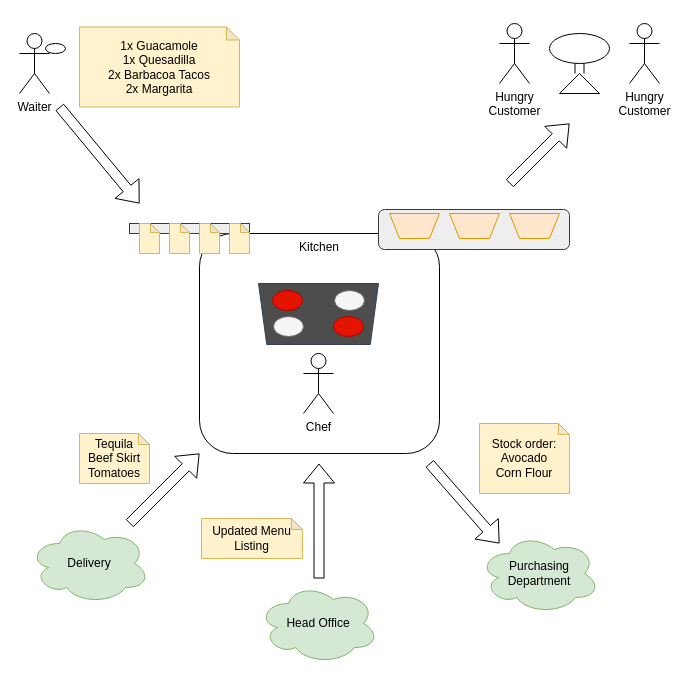
The draw.io diagram assets/commands-events-and/kitchen-commands-events-messages.drawio in TristanRhodes/tristanrhodes.github.io, before the edit. Source tidied: cells renumbered, new cells numbered last; positions are measured from the earlier drawing's top-left corner, leaving out a move shared by most shapes. Both pictures are drawn from the tidied source at 100%, with x=0, y=0 at pixel (19, 23).
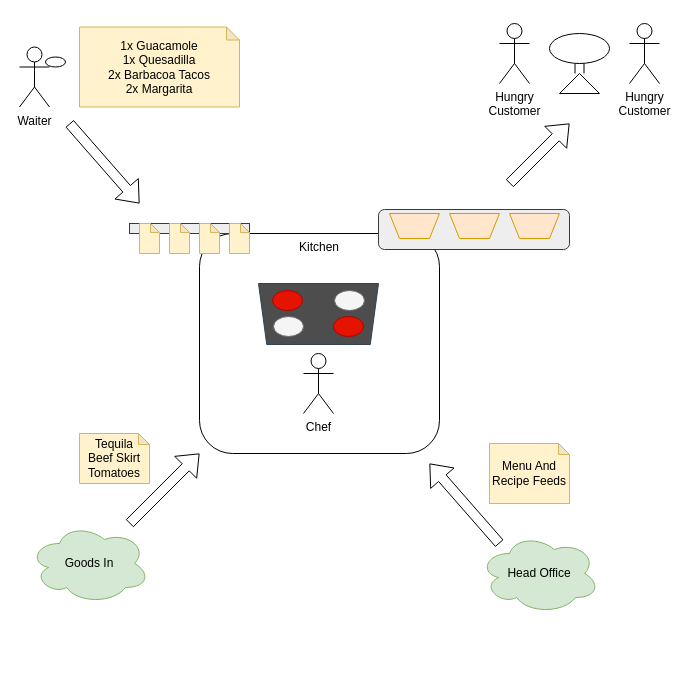
The same diagram, later.

What changed in the source:
```diff
@@
     <mxCell id="10" style="shape=flexArrow;endArrow=classic;html=1;rounded=0;" parent="1" edge="1">
       <mxGeometry relative="1" as="geometry">
-        <mxPoint x="40" y="83.5" as="sourcePoint" />
+        <mxPoint x="50" y="100" as="sourcePoint" />
         <mxPoint x="120" y="180" as="targetPoint" />
       </mxGeometry>
     </mxCell>
@@
     <mxCell id="12" style="group;" parent="1" vertex="1">
-      <mxGeometry y="10" width="46" height="60" as="geometry" />
+      <mxGeometry y="23.5" width="46" height="60" as="geometry" />
     </mxCell>
@@
     <mxCell id="25" style="shape=flexArrow;endArrow=classic;html=1;rounded=0;" parent="1" edge="1">
       <mxGeometry relative="1" as="geometry">
-        <mxPoint x="410" y="440" as="sourcePoint" />
-        <mxPoint x="480" y="520" as="targetPoint" />
+        <mxPoint x="480" y="520" as="sourcePoint" />
+        <mxPoint x="410" y="440" as="targetPoint" />
       </mxGeometry>
     </mxCell>
-    <mxCell id="26" value="Purchasing Department" style="ellipse;shape=cloud;whiteSpace=wrap;html=1;fillColor=#d5e8d4;strokeColor=#82b366;" parent="1" vertex="1">
+    <mxCell id="26" value="Head Office" style="ellipse;shape=cloud;whiteSpace=wrap;html=1;fillColor=#d5e8d4;strokeColor=#82b366;" parent="1" vertex="1">
       <mxGeometry x="460" y="510" width="120" height="80" as="geometry" />
     </mxCell>
-    <mxCell id="27" value="Stock order:&lt;br&gt;Avocado&lt;br&gt;Corn Flour" style="shape=note;whiteSpace=wrap;html=1;backgroundOutline=1;darkOpacity=0.05;size=11;fillColor=#fff2cc;strokeColor=#d6b656;" parent="1" vertex="1">
-      <mxGeometry x="460" y="400" width="90" height="70" as="geometry" />
+    <mxCell id="27" value="Menu And Recipe Feeds" style="shape=note;whiteSpace=wrap;html=1;backgroundOutline=1;darkOpacity=0.05;size=11;fillColor=#fff2cc;strokeColor=#d6b656;" parent="1" vertex="1">
+      <mxGeometry x="470" y="420" width="80" height="60" as="geometry" />
     </mxCell>
@@
-    <mxCell id="29" value="Delivery" style="ellipse;shape=cloud;whiteSpace=wrap;html=1;fillColor=#d5e8d4;strokeColor=#82b366;" parent="1" vertex="1">
+    <mxCell id="29" value="Goods In" style="ellipse;shape=cloud;whiteSpace=wrap;html=1;fillColor=#d5e8d4;strokeColor=#82b366;" parent="1" vertex="1">
       <mxGeometry x="10" y="500" width="120" height="80" as="geometry" />
     </mxCell>
@@
-    <mxCell id="31" value="Head Office" style="ellipse;shape=cloud;whiteSpace=wrap;html=1;fillColor=#d5e8d4;strokeColor=#82b366;" parent="1" vertex="1">
-      <mxGeometry x="239" y="560" width="120" height="80" as="geometry" />
-    </mxCell>
-    <mxCell id="32" style="shape=flexArrow;endArrow=classic;html=1;rounded=0;" parent="1" edge="1">
-      <mxGeometry relative="1" as="geometry">
-        <mxPoint x="299.5" y="555" as="sourcePoint" />
-        <mxPoint x="299.5" y="440" as="targetPoint" />
-      </mxGeometry>
-    </mxCell>
-    <mxCell id="33" value="Updated Menu Listing" style="shape=note;whiteSpace=wrap;html=1;backgroundOutline=1;darkOpacity=0.05;size=11;fillColor=#fff2cc;strokeColor=#d6b656;" parent="1" vertex="1">
-      <mxGeometry x="182" y="495" width="101" height="40" as="geometry" />
-    </mxCell>
```
